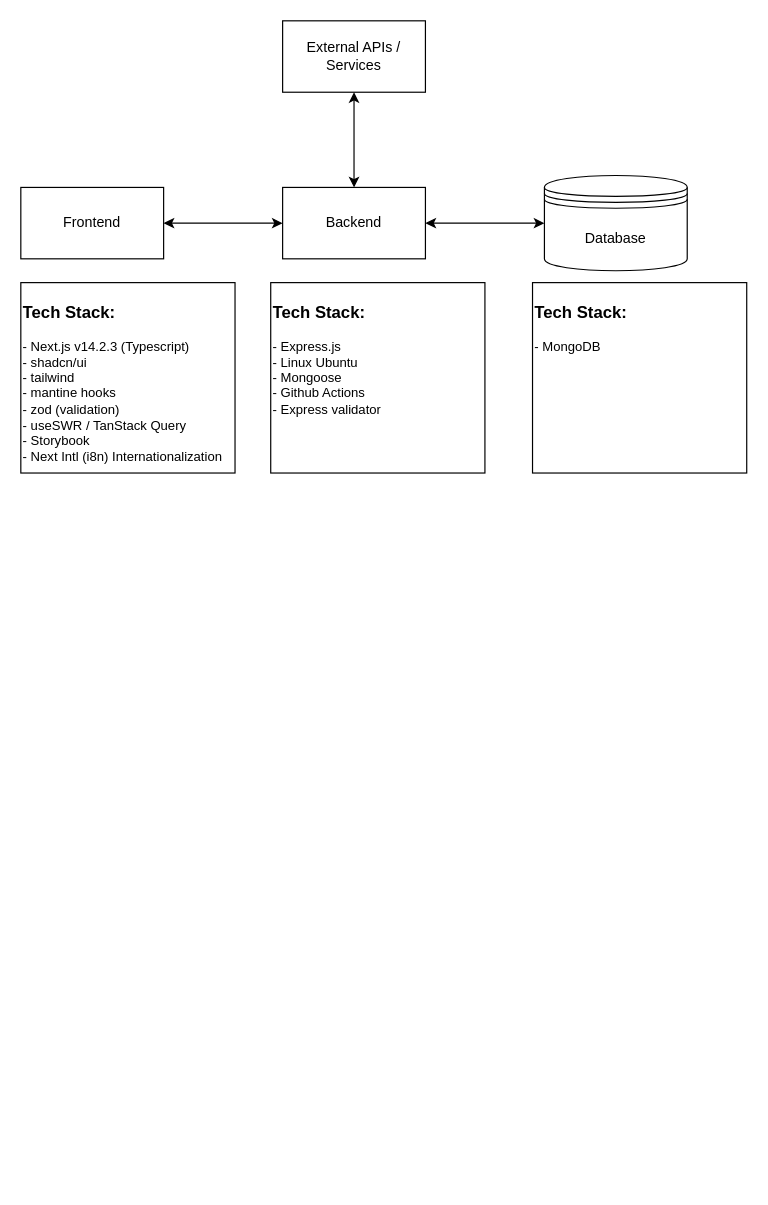
Earlier version of the draw.io diagram Backend.drawio (glory-300/test-repo-public). Source tidied: cells renumbered, new cells numbered last; positions are measured from the earlier drawing's top-left corner, leaving out a move shared by most shapes. Both pictures are drawn from the tidied source at 119%, with x=0, y=0 at pixel (20, 20).
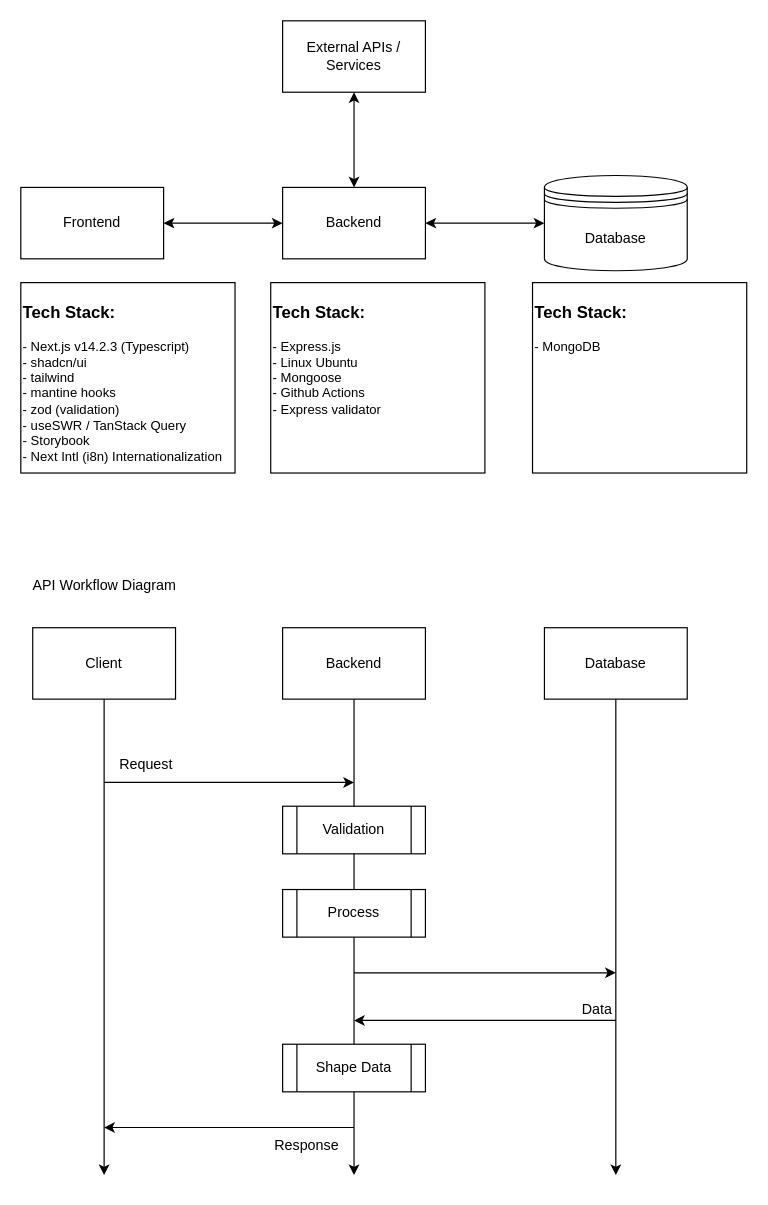
The same diagram, later.

What changed in the source:
```diff
@@
+    <mxCell id="18" style="edgeStyle=orthogonalEdgeStyle;rounded=0;jettySize=auto;html=1;" parent="1" edge="1" source="19">
+      <mxGeometry relative="1" as="geometry">
+        <mxPoint x="70" y="970" as="targetPoint" />
+      </mxGeometry>
+    </mxCell>
+    <mxCell id="19" value="Client" style="rounded=0;whiteSpace=wrap;html=1;" parent="1" vertex="1">
+      <mxGeometry x="10" y="510" width="120" height="60" as="geometry" />
+    </mxCell>
+    <mxCell id="20" style="edgeStyle=orthogonalEdgeStyle;rounded=0;jettySize=auto;html=1;" parent="1" edge="1" source="21">
+      <mxGeometry relative="1" as="geometry">
+        <mxPoint x="280" y="970" as="targetPoint" />
+      </mxGeometry>
+    </mxCell>
+    <mxCell id="21" value="Backend" style="rounded=0;whiteSpace=wrap;html=1;" parent="1" vertex="1">
+      <mxGeometry x="220" y="510" width="120" height="60" as="geometry" />
+    </mxCell>
+    <mxCell id="22" style="edgeStyle=orthogonalEdgeStyle;rounded=0;jettySize=auto;html=1;" parent="1" edge="1" source="23">
+      <mxGeometry relative="1" as="geometry">
+        <mxPoint x="500" y="970" as="targetPoint" />
+      </mxGeometry>
+    </mxCell>
+    <mxCell id="23" value="Database" style="rounded=0;whiteSpace=wrap;html=1;" parent="1" vertex="1">
+      <mxGeometry x="440" y="510" width="120" height="60" as="geometry" />
+    </mxCell>
+    <mxCell id="24" value="API Workflow Diagram" style="text;html=1;align=center;verticalAlign=middle;strokeColor=none;fillColor=none;" parent="1" vertex="1">
+      <mxGeometry y="460" width="140" height="30" as="geometry" />
+    </mxCell>
+    <mxCell id="25" style="endArrow=classic;html=1;rounded=0;" parent="1" edge="1">
+      <mxGeometry relative="1" as="geometry">
+        <mxPoint x="70" y="640" as="sourcePoint" />
+        <mxPoint x="280" y="640" as="targetPoint" />
+      </mxGeometry>
+    </mxCell>
+    <mxCell id="26" value="Request" style="text;html=1;align=center;verticalAlign=middle;strokeColor=none;fillColor=none;" parent="1" vertex="1">
+      <mxGeometry x="70" y="610" width="70" height="30" as="geometry" />
+    </mxCell>
+    <mxCell id="27" value="Validation" style="shape=process;whiteSpace=wrap;html=1;backgroundOutline=1;" parent="1" vertex="1">
+      <mxGeometry x="220" y="660" width="120" height="40" as="geometry" />
+    </mxCell>
+    <mxCell id="28" value="Process" style="shape=process;whiteSpace=wrap;html=1;backgroundOutline=1;" parent="1" vertex="1">
+      <mxGeometry x="220" y="730" width="120" height="40" as="geometry" />
+    </mxCell>
+    <mxCell id="29" style="endArrow=classic;html=1;rounded=0;" parent="1" edge="1">
+      <mxGeometry relative="1" as="geometry">
+        <mxPoint x="280" y="800" as="sourcePoint" />
+        <mxPoint x="500" y="800" as="targetPoint" />
+      </mxGeometry>
+    </mxCell>
+    <mxCell id="30" style="endArrow=classic;html=1;rounded=0;" parent="1" edge="1">
+      <mxGeometry relative="1" as="geometry">
+        <mxPoint x="500" y="840" as="sourcePoint" />
+        <mxPoint x="280" y="840" as="targetPoint" />
+      </mxGeometry>
+    </mxCell>
+    <mxCell id="31" value="Data" style="text;html=1;align=center;verticalAlign=middle;strokeColor=none;fillColor=none;" parent="1" vertex="1">
+      <mxGeometry x="459" y="816" width="50" height="30" as="geometry" />
+    </mxCell>
+    <mxCell id="32" value="Shape Data" style="shape=process;whiteSpace=wrap;html=1;backgroundOutline=1;" parent="1" vertex="1">
+      <mxGeometry x="220" y="860" width="120" height="40" as="geometry" />
+    </mxCell>
+    <mxCell id="33" style="endArrow=classic;html=1;rounded=0;" parent="1" edge="1">
+      <mxGeometry relative="1" as="geometry">
+        <mxPoint x="280" y="930" as="sourcePoint" />
+        <mxPoint x="70" y="930" as="targetPoint" />
+      </mxGeometry>
+    </mxCell>
+    <mxCell id="34" value="Response" style="text;html=1;align=center;verticalAlign=middle;strokeColor=none;fillColor=none;" parent="1" vertex="1">
+      <mxGeometry x="200" y="930" width="80" height="30" as="geometry" />
+    </mxCell>
```
